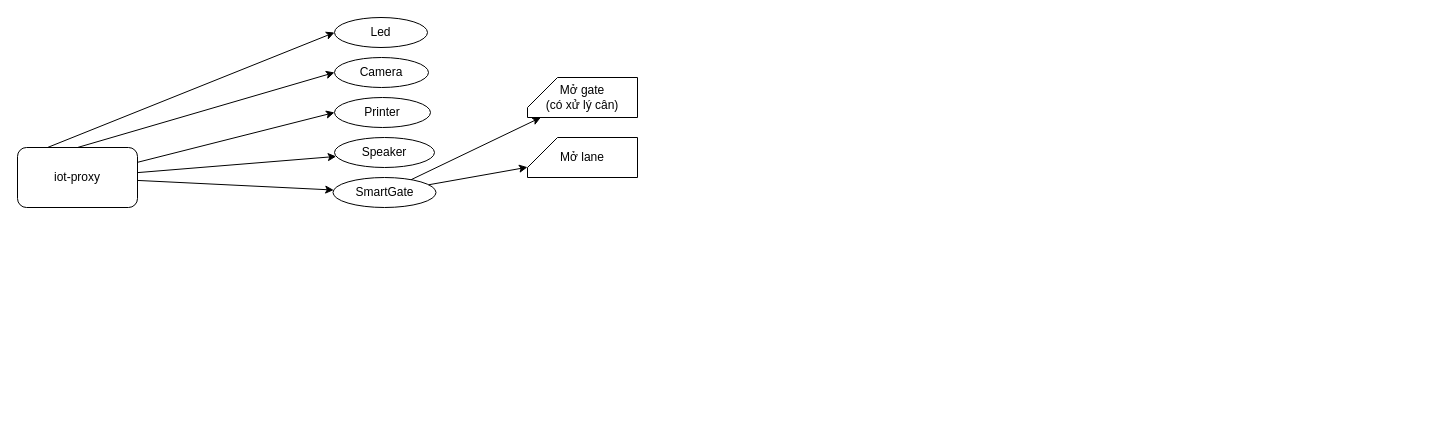
This is SmartGate.drawio from hiep1097/drawio, a draw.io file, before an edit. Source tidied: cells renumbered, new cells numbered last; positions are measured from the earlier drawing's top-left corner, leaving out a move shared by most shapes. Both pictures are drawn from the tidied source at 100%, with x=0, y=0 at pixel (17, 17).
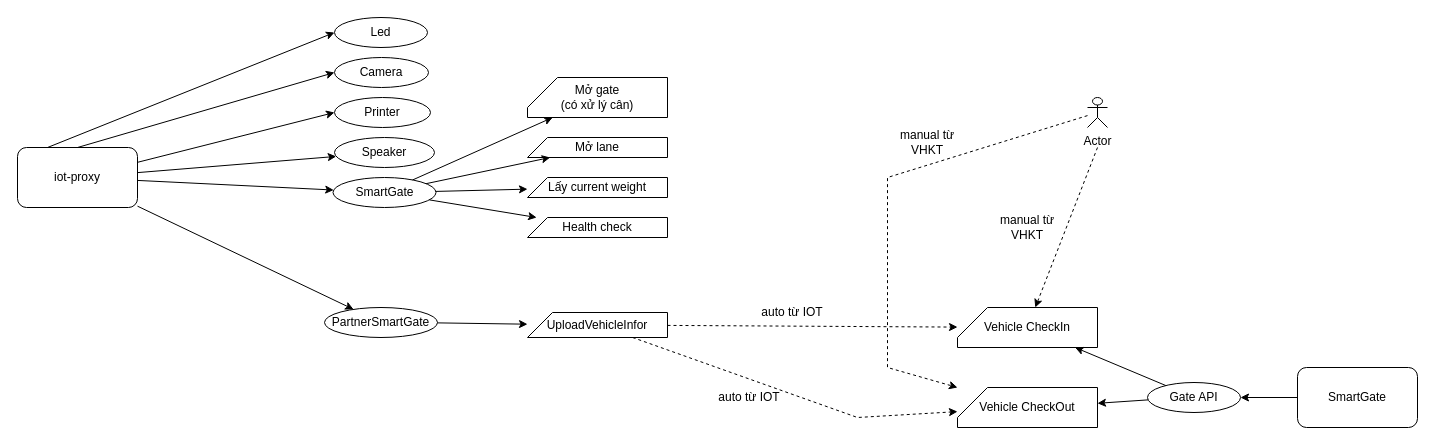
The same page after the edit.

Commit message:
Cập nhật SmartGate.drawio

Unchanged cells that the change refers to:
```xml
<mxCell id="2" value="iot-p&lt;span style=&quot;background-color: transparent; color: light-dark(rgb(0, 0, 0), rgb(255, 255, 255));&quot;&gt;roxy&lt;/span&gt;" style="rounded=1;whiteSpace=wrap;html=1;" parent="1" vertex="1">
  <mxGeometry y="130" width="120" height="60" as="geometry" />
</mxCell>
<mxCell id="6" value="SmartGate" style="ellipse;whiteSpace=wrap;html=1;" parent="1" vertex="1">
  <mxGeometry x="315.5" y="160" width="103" height="30" as="geometry" />
</mxCell>
```

Change to the diagram source:
```diff
@@
     <mxCell id="7" value="Mở gate&lt;div&gt;(có xử lý cân)&lt;/div&gt;" style="shape=card;whiteSpace=wrap;html=1;" parent="1" vertex="1">
-      <mxGeometry x="510" y="60" width="110" height="40" as="geometry" />
+      <mxGeometry x="510" y="60" width="140" height="40" as="geometry" />
     </mxCell>
     <mxCell id="8" value="Mở lane" style="shape=card;whiteSpace=wrap;html=1;" parent="1" vertex="1">
-      <mxGeometry x="510" y="120" width="110" height="40" as="geometry" />
+      <mxGeometry x="510" y="120" width="140" height="20" as="geometry" />
     </mxCell>
@@
+    <mxCell id="17" value="Lấy current weight" style="shape=card;whiteSpace=wrap;html=1;" parent="1" vertex="1">
+      <mxGeometry x="510" y="160" width="140" height="20" as="geometry" />
+    </mxCell>
+    <mxCell id="18" style="endArrow=classic;html=1;rounded=0;" parent="1" edge="1" source="6" target="17">
+      <mxGeometry relative="1" as="geometry" />
+    </mxCell>
+    <mxCell id="19" value="Health check" style="shape=card;whiteSpace=wrap;html=1;" parent="1" vertex="1">
+      <mxGeometry x="510" y="200" width="140" height="20" as="geometry" />
+    </mxCell>
+    <mxCell id="20" value="SmartGate" style="rounded=1;whiteSpace=wrap;html=1;" parent="1" vertex="1">
+      <mxGeometry x="1280" y="350" width="120" height="60" as="geometry" />
+    </mxCell>
+    <mxCell id="21" value="Gate API" style="ellipse;whiteSpace=wrap;html=1;" parent="1" vertex="1">
+      <mxGeometry x="1130" y="365" width="93" height="30" as="geometry" />
+    </mxCell>
+    <mxCell id="22" value="Vehicle CheckIn" style="shape=card;whiteSpace=wrap;html=1;" parent="1" vertex="1">
+      <mxGeometry x="940" y="290" width="140" height="40" as="geometry" />
+    </mxCell>
+    <mxCell id="23" value="Vehicle CheckOut" style="shape=card;whiteSpace=wrap;html=1;" parent="1" vertex="1">
+      <mxGeometry x="940" y="370" width="140" height="40" as="geometry" />
+    </mxCell>
+    <mxCell id="24" style="endArrow=classic;html=1;rounded=0;" parent="1" edge="1" source="20" target="21">
+      <mxGeometry relative="1" as="geometry" />
+    </mxCell>
+    <mxCell id="25" style="endArrow=classic;html=1;rounded=0;" parent="1" edge="1" source="21" target="22">
+      <mxGeometry relative="1" as="geometry" />
+    </mxCell>
+    <mxCell id="26" style="endArrow=classic;html=1;rounded=0;" parent="1" edge="1" source="21" target="23">
+      <mxGeometry relative="1" as="geometry" />
+    </mxCell>
+    <mxCell id="27" style="endArrow=classic;html=1;rounded=0;" parent="1" edge="1" source="6" target="19">
+      <mxGeometry relative="1" as="geometry" />
+    </mxCell>
+    <mxCell id="28" value="PartnerSmartGate" style="ellipse;whiteSpace=wrap;html=1;" parent="1" vertex="1">
+      <mxGeometry x="307" y="290" width="113" height="30" as="geometry" />
+    </mxCell>
+    <mxCell id="29" style="endArrow=classic;html=1;rounded=0;" parent="1" edge="1" source="2" target="28">
+      <mxGeometry relative="1" as="geometry" />
+    </mxCell>
+    <mxCell id="30" style="endArrow=classic;html=1;rounded=0;dashed=1;" parent="1" edge="1" source="37" target="22">
+      <mxGeometry relative="1" as="geometry" />
+    </mxCell>
+    <mxCell id="31" value="auto từ IOT" style="text;html=1;whiteSpace=wrap;strokeColor=none;fillColor=none;align=center;verticalAlign=middle;rounded=0;" parent="1" vertex="1">
+      <mxGeometry x="730" y="280" width="90" height="30" as="geometry" />
+    </mxCell>
+    <mxCell id="32" value="Actor" style="shape=umlActor;verticalLabelPosition=bottom;verticalAlign=top;html=1;outlineConnect=0;" parent="1" vertex="1">
+      <mxGeometry x="1070" y="80" width="20" height="30" as="geometry" />
+    </mxCell>
+    <mxCell id="33" style="endArrow=classic;html=1;rounded=0;dashed=1;" parent="1" edge="1" target="22">
+      <mxGeometry relative="1" as="geometry">
+        <mxPoint x="1080" y="130" as="sourcePoint" />
+      </mxGeometry>
+    </mxCell>
+    <mxCell id="34" value="manual từ VHKT" style="text;html=1;whiteSpace=wrap;strokeColor=none;fillColor=none;align=center;verticalAlign=middle;rounded=0;" parent="1" vertex="1">
+      <mxGeometry x="980" y="195" width="60" height="30" as="geometry" />
+    </mxCell>
+    <mxCell id="35" style="endArrow=classic;html=1;rounded=0;dashed=1;" parent="1" edge="1" source="37" target="23">
+      <mxGeometry relative="1" as="geometry">
+        <Array as="points">
+          <mxPoint x="840" y="400" />
+        </Array>
+      </mxGeometry>
+    </mxCell>
+    <mxCell id="36" style="endArrow=classic;html=1;rounded=0;dashed=1;" parent="1" edge="1" source="32" target="23">
+      <mxGeometry relative="1" as="geometry">
+        <Array as="points">
+          <mxPoint x="870" y="160" />
+          <mxPoint x="870" y="350" />
+        </Array>
+      </mxGeometry>
+    </mxCell>
+    <mxCell id="37" value="UploadVehicleInfor" style="shape=card;whiteSpace=wrap;html=1;" parent="1" vertex="1">
+      <mxGeometry x="510" y="295" width="140" height="25" as="geometry" />
+    </mxCell>
+    <mxCell id="38" style="endArrow=classic;html=1;rounded=0;" parent="1" edge="1" source="28" target="37">
+      <mxGeometry relative="1" as="geometry" />
+    </mxCell>
+    <mxCell id="39" value="auto từ IOT" style="text;html=1;whiteSpace=wrap;strokeColor=none;fillColor=none;align=center;verticalAlign=middle;rounded=0;" parent="1" vertex="1">
+      <mxGeometry x="687" y="365" width="90" height="30" as="geometry" />
+    </mxCell>
+    <mxCell id="40" value="manual từ VHKT" style="text;html=1;whiteSpace=wrap;strokeColor=none;fillColor=none;align=center;verticalAlign=middle;rounded=0;" parent="1" vertex="1">
+      <mxGeometry x="880" y="110" width="60" height="30" as="geometry" />
+    </mxCell>
```
